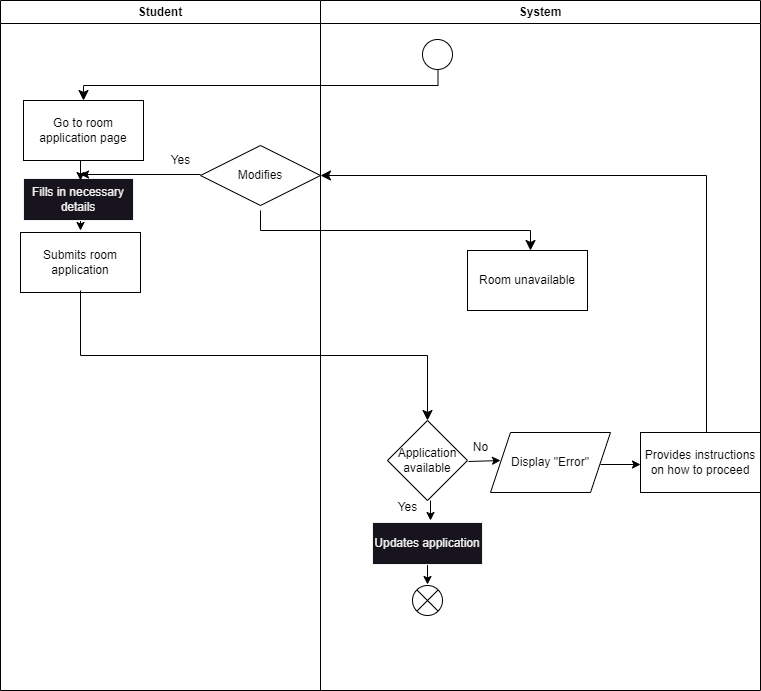
The draw.io diagram project/drawio/stakeholder/activity diagram/uc16.png in drshahizan/software-engineering, before a commit. Source tidied: cells renumbered, new cells last; positions are measured from the earlier drawing's top-left corner, leaving out a move shared by most shapes. Its diagram source:
```xml
<mxGraphModel>
  <root>
    <mxCell id="0" />
    <mxCell id="1" parent="0" />
    <mxCell id="2" style="edgeStyle=elbowEdgeStyle;elbow=vertical;endArrow=classic;html=1;curved=0;rounded=0;endSize=8;startSize=8;" parent="1" edge="1">
      <mxGeometry relative="1" as="geometry">
        <mxPoint x="437.5" y="70" as="sourcePoint" />
        <mxPoint x="83" y="100" as="targetPoint" />
      </mxGeometry>
    </mxCell>
    <mxCell id="3" value="Go to room application page" style="rounded=0;whiteSpace=wrap;html=1;" parent="1" vertex="1">
      <mxGeometry x="23" y="100" width="120" height="60" as="geometry" />
    </mxCell>
    <mxCell id="4" style="endArrow=classic;html=1;" parent="1" edge="1">
      <mxGeometry relative="1" as="geometry">
        <mxPoint x="80" y="210" as="sourcePoint" />
        <mxPoint x="80" y="230" as="targetPoint" />
      </mxGeometry>
    </mxCell>
    <mxCell id="5" value="Submits room application" style="rounded=0;whiteSpace=wrap;html=1;" parent="1" vertex="1">
      <mxGeometry x="20" y="232" width="120" height="60" as="geometry" />
    </mxCell>
    <mxCell id="6" style="edgeStyle=elbowEdgeStyle;elbow=vertical;endArrow=classic;html=1;curved=0;rounded=0;endSize=8;startSize=8;entryX=0.5;entryY=0;entryDx=0;entryDy=0;" parent="1" edge="1" target="7">
      <mxGeometry relative="1" as="geometry">
        <mxPoint x="80" y="290" as="sourcePoint" />
      </mxGeometry>
    </mxCell>
    <mxCell id="7" value="Application available" style="rhombus;whiteSpace=wrap;html=1;" parent="1" vertex="1">
      <mxGeometry x="387" y="420" width="80" height="80" as="geometry" />
    </mxCell>
    <mxCell id="8" style="endArrow=classic;html=1;" parent="1" edge="1">
      <mxGeometry relative="1" as="geometry">
        <mxPoint x="427" y="564" as="sourcePoint" />
        <mxPoint x="427" y="584" as="targetPoint" />
      </mxGeometry>
    </mxCell>
    <mxCell id="9" value="Yes" style="text;html=1;align=center;verticalAlign=middle;strokeColor=none;fillColor=none;" parent="1" vertex="1">
      <mxGeometry x="387" y="492" width="40" height="30" as="geometry" />
    </mxCell>
    <mxCell id="10" style="endArrow=classic;html=1;" parent="1" edge="1">
      <mxGeometry relative="1" as="geometry">
        <mxPoint x="468" y="461" as="sourcePoint" />
        <mxPoint x="500" y="460" as="targetPoint" />
      </mxGeometry>
    </mxCell>
    <mxCell id="11" value="No" style="text;html=1;align=center;verticalAlign=middle;strokeColor=none;fillColor=none;" parent="1" vertex="1">
      <mxGeometry x="460" y="432" width="40" height="30" as="geometry" />
    </mxCell>
    <mxCell id="12" value="Display &quot;Error&quot;" style="shape=parallelogram;perimeter=parallelogramPerimeter;whiteSpace=wrap;html=1;fixedSize=1;" parent="1" vertex="1">
      <mxGeometry x="490" y="432" width="120" height="60" as="geometry" />
    </mxCell>
    <mxCell id="13" style="endArrow=classic;html=1;" parent="1" edge="1">
      <mxGeometry relative="1" as="geometry">
        <mxPoint x="600" y="464" as="sourcePoint" />
        <mxPoint x="640" y="464" as="targetPoint" />
      </mxGeometry>
    </mxCell>
    <mxCell id="14" style="edgeStyle=elbowEdgeStyle;elbow=vertical;endArrow=classic;html=1;curved=0;rounded=0;endSize=8;startSize=8;entryX=1;entryY=0.5;entryDx=0;entryDy=0;" parent="1" edge="1" target="15">
      <mxGeometry relative="1" as="geometry">
        <mxPoint x="706" y="459" as="sourcePoint" />
        <Array as="points">
          <mxPoint x="340" y="175" />
          <mxPoint x="700" y="190" />
          <mxPoint x="656" y="219" />
          <mxPoint x="516" y="179" />
        </Array>
      </mxGeometry>
    </mxCell>
    <mxCell id="15" value="Modifies" style="rhombus;whiteSpace=wrap;html=1;fontFamily=Helvetica;fontSize=12;fontColor=default;align=center;strokeColor=default;fillColor=default;" parent="1" vertex="1">
      <mxGeometry x="200" y="145" width="120" height="60" as="geometry" />
    </mxCell>
    <mxCell id="16" style="shape=sumEllipse;perimeter=ellipsePerimeter;whiteSpace=wrap;html=1;backgroundOutline=1;" parent="1" vertex="1">
      <mxGeometry x="412" y="585" width="30" height="30" as="geometry" />
    </mxCell>
    <mxCell id="17" value="Fills in necessary details" style="rounded=0;whiteSpace=wrap;html=1;fontFamily=Helvetica;fontSize=12;fontColor=rgb(240, 240, 240);align=center;strokeColor=rgb(240, 240, 240);fillColor=rgb(24, 20, 29);" parent="1" vertex="1">
      <mxGeometry x="23" y="178" width="110" height="42" as="geometry" />
    </mxCell>
    <mxCell id="18" style="endArrow=classic;html=1;" parent="1" edge="1">
      <mxGeometry relative="1" as="geometry">
        <mxPoint x="80" y="160" as="sourcePoint" />
        <mxPoint x="80" y="180" as="targetPoint" />
      </mxGeometry>
    </mxCell>
    <mxCell id="19" style="endArrow=classic;html=1;" parent="1" edge="1">
      <mxGeometry relative="1" as="geometry">
        <mxPoint x="430" y="500" as="sourcePoint" />
        <mxPoint x="430" y="520" as="targetPoint" />
      </mxGeometry>
    </mxCell>
    <mxCell id="20" value="Updates application" style="rounded=0;whiteSpace=wrap;html=1;fontFamily=Helvetica;fontSize=12;fontColor=rgb(240, 240, 240);align=center;strokeColor=rgb(240, 240, 240);fillColor=rgb(24, 20, 29);" parent="1" vertex="1">
      <mxGeometry x="372" y="522" width="110" height="42" as="geometry" />
    </mxCell>
    <mxCell id="21" value="Provides instructions on how to proceed" style="rounded=0;whiteSpace=wrap;html=1;" parent="1" vertex="1">
      <mxGeometry x="640" y="432" width="120" height="60" as="geometry" />
    </mxCell>
    <mxCell id="22" style="endArrow=classic;html=1;" parent="1" edge="1">
      <mxGeometry relative="1" as="geometry">
        <mxPoint x="200" y="174" as="sourcePoint" />
        <mxPoint x="80" y="174" as="targetPoint" />
      </mxGeometry>
    </mxCell>
    <mxCell id="23" value="Yes" style="text;html=1;align=center;verticalAlign=middle;strokeColor=none;fillColor=none;" parent="1" vertex="1">
      <mxGeometry x="160" y="145" width="40" height="30" as="geometry" />
    </mxCell>
    <mxCell id="24" style="edgeStyle=elbowEdgeStyle;elbow=vertical;endArrow=classic;html=1;curved=0;rounded=0;endSize=8;startSize=8;" parent="1" edge="1">
      <mxGeometry relative="1" as="geometry">
        <mxPoint x="260" y="210" as="sourcePoint" />
        <mxPoint x="530" y="250" as="targetPoint" />
      </mxGeometry>
    </mxCell>
    <mxCell id="25" value="Room unavailable" style="rounded=0;whiteSpace=wrap;html=1;" parent="1" vertex="1">
      <mxGeometry x="467" y="250" width="120" height="60" as="geometry" />
    </mxCell>
    <mxCell id="26" value="Student" style="swimlane;whiteSpace=wrap;html=1;" parent="1" vertex="1">
      <mxGeometry width="320" height="690" as="geometry" />
    </mxCell>
    <mxCell id="27" value="System" style="swimlane;whiteSpace=wrap;html=1;" parent="1" vertex="1">
      <mxGeometry x="320" width="440" height="690" as="geometry" />
    </mxCell>
    <mxCell id="28" style="ellipse;" parent="27" vertex="1">
      <mxGeometry x="102" y="39" width="30" height="30" as="geometry" />
    </mxCell>
  </root>
</mxGraphModel>
```
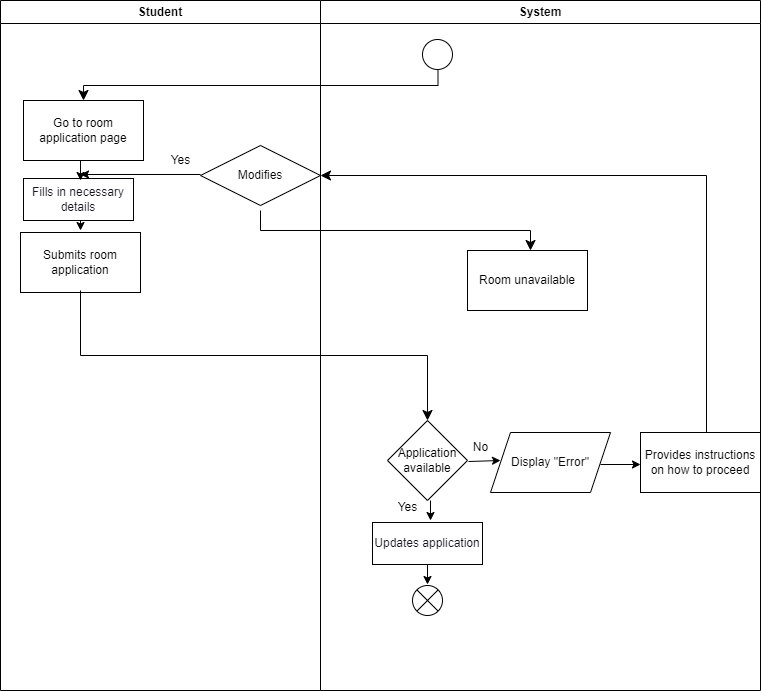
After the commit.

What changed in the source:
```diff
@@ -72,7 +72,7 @@
     <mxCell id="16" style="shape=sumEllipse;perimeter=ellipsePerimeter;whiteSpace=wrap;html=1;backgroundOutline=1;" parent="1" vertex="1">
       <mxGeometry x="412" y="585" width="30" height="30" as="geometry" />
     </mxCell>
-    <mxCell id="17" value="Fills in necessary details" style="rounded=0;whiteSpace=wrap;html=1;fontFamily=Helvetica;fontSize=12;fontColor=rgb(240, 240, 240);align=center;strokeColor=rgb(240, 240, 240);fillColor=rgb(24, 20, 29);" parent="1" vertex="1">
+    <mxCell id="17" value="&lt;font color=&quot;#18141d&quot;&gt;Fills in necessary details&lt;/font&gt;" style="rounded=0;whiteSpace=wrap;html=1;fontFamily=Helvetica;fontSize=12;fontColor=rgb(240, 240, 240);align=center;strokeColor=#000000;fillColor=#FFFFFF;" parent="1" vertex="1">
       <mxGeometry x="23" y="178" width="110" height="42" as="geometry" />
     </mxCell>
     <mxCell id="18" style="endArrow=classic;html=1;" parent="1" edge="1">
@@ -87,7 +87,7 @@
         <mxPoint x="430" y="520" as="targetPoint" />
       </mxGeometry>
     </mxCell>
-    <mxCell id="20" value="Updates application" style="rounded=0;whiteSpace=wrap;html=1;fontFamily=Helvetica;fontSize=12;fontColor=rgb(240, 240, 240);align=center;strokeColor=rgb(240, 240, 240);fillColor=rgb(24, 20, 29);" parent="1" vertex="1">
+    <mxCell id="20" value="&lt;font color=&quot;#18141d&quot;&gt;Updates application&lt;/font&gt;" style="rounded=0;whiteSpace=wrap;html=1;fontFamily=Helvetica;fontSize=12;fontColor=rgb(240, 240, 240);align=center;strokeColor=#000000;fillColor=#FFFFFF;" parent="1" vertex="1">
       <mxGeometry x="372" y="522" width="110" height="42" as="geometry" />
     </mxCell>
     <mxCell id="21" value="Provides instructions on how to proceed" style="rounded=0;whiteSpace=wrap;html=1;" parent="1" vertex="1">
```
